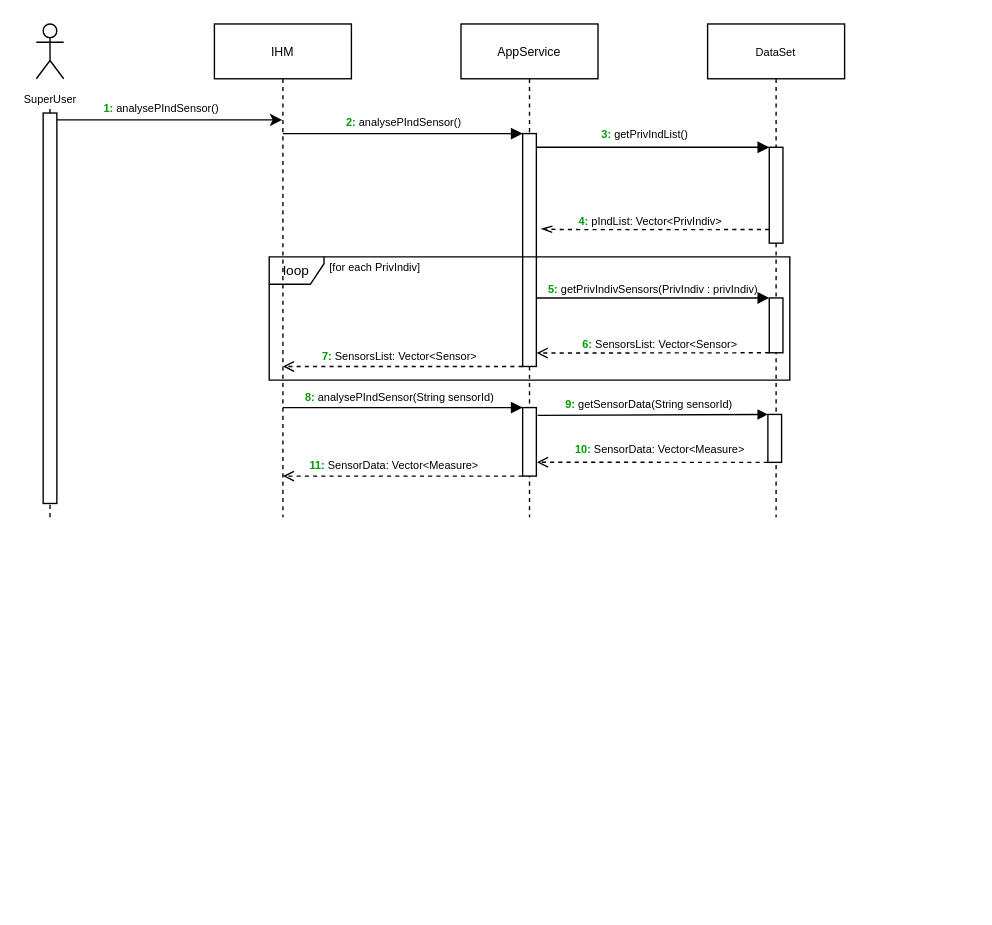
Earlier version of the draw.io diagram UML stuff/seqDiagSetReliable.drawio (NourJadiri/AirWatcher). Source tidied: cells renumbered, new cells numbered last; positions are measured from the earlier drawing's top-left corner, leaving out a move shared by most shapes. Both pictures are drawn from the tidied source at 137%, with x=0, y=0 at pixel (36, 23).
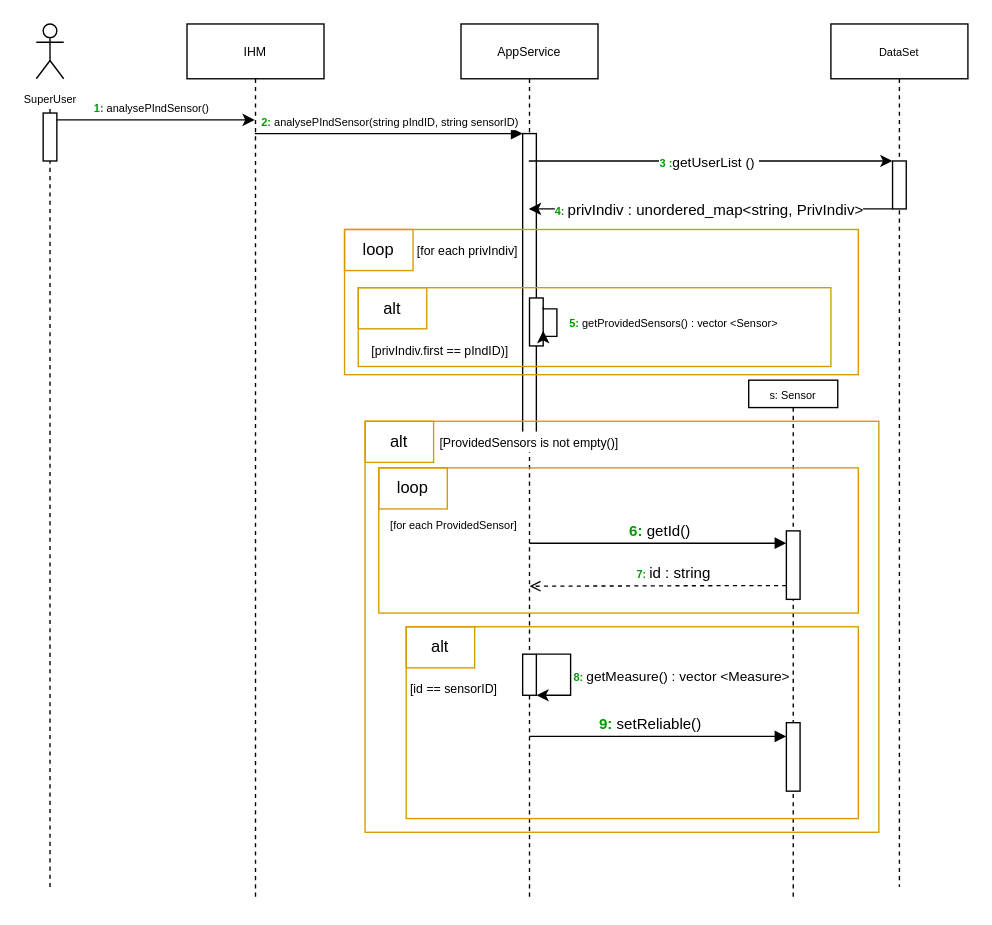
The same page after the edit.

Commit message:
Mettre à jour seqDiagSetReliable.drawio

The edit, as a diff of the source:
```diff
@@
     <mxCell id="2" value="&lt;font style=&quot;font-size: 9px;&quot;&gt;AppService&lt;/font&gt;" style="shape=umlLifeline;perimeter=lifelinePerimeter;whiteSpace=wrap;html=1;outlineConnect=0;portConstraint=eastwest;newEdgeStyle={&quot;edgeStyle&quot;:&quot;elbowEdgeStyle&quot;,&quot;elbow&quot;:&quot;vertical&quot;,&quot;curved&quot;:0,&quot;rounded&quot;:0};" parent="1" vertex="1">
-      <mxGeometry x="310" width="100" height="360" as="geometry" />
+      <mxGeometry x="310" width="100" height="640" as="geometry" />
     </mxCell>
-    <mxCell id="3" value="&lt;font style=&quot;font-size: 8px;&quot;&gt;&lt;b&gt;&lt;font color=&quot;#009900&quot;&gt;2:&lt;/font&gt; &lt;/b&gt;analysePIndSensor()&lt;/font&gt;" style="html=1;verticalAlign=bottom;endArrow=block;edgeStyle=elbowEdgeStyle;elbow=vertical;curved=0;rounded=0;" parent="1" edge="1">
+    <mxCell id="3" value="&lt;font style=&quot;font-size: 8px;&quot;&gt;&lt;b&gt;&lt;font color=&quot;#009900&quot;&gt;2:&lt;/font&gt; &lt;/b&gt;analysePIndSensor(string pIndID, string sensorID)&lt;/font&gt;" style="html=1;verticalAlign=bottom;endArrow=block;edgeStyle=elbowEdgeStyle;elbow=vertical;curved=0;rounded=0;" parent="1" edge="1" source="32">
       <mxGeometry relative="1" as="geometry">
-        <mxPoint x="180" y="80" as="sourcePoint" />
         <mxPoint x="355" y="80" as="targetPoint" />
         <Array as="points">
           <mxPoint x="270" y="80" />
         </Array>
       </mxGeometry>
     </mxCell>
     <mxCell id="4" value="&lt;font style=&quot;font-size: 8px;&quot;&gt;DataSet&lt;br&gt;&lt;/font&gt;" style="shape=umlLifeline;perimeter=lifelinePerimeter;whiteSpace=wrap;html=1;newEdgeStyle={&quot;edgeStyle&quot;:&quot;elbowEdgeStyle&quot;,&quot;elbow&quot;:&quot;vertical&quot;,&quot;curved&quot;:0,&quot;rounded&quot;:0};" parent="1" vertex="1">
-      <mxGeometry x="490" width="100" height="360" as="geometry" />
+      <mxGeometry x="580" width="100" height="630" as="geometry" />
     </mxCell>
-    <mxCell id="5" style="html=1;points=[];perimeter=orthogonalPerimeter;outlineConnect=0;targetShapes=umlLifeline;portConstraint=eastwest;newEdgeStyle={&quot;edgeStyle&quot;:&quot;elbowEdgeStyle&quot;,&quot;elbow&quot;:&quot;vertical&quot;,&quot;curved&quot;:0,&quot;rounded&quot;:0};" parent="4" vertex="1">
-      <mxGeometry x="45" y="90" width="10" height="70" as="geometry" />
-    </mxCell>
-    <mxCell id="6" value="&lt;b style=&quot;border-color: var(--border-color); font-size: 8px;&quot;&gt;&lt;font style=&quot;border-color: var(--border-color);&quot; color=&quot;#009900&quot;&gt;3:&lt;/font&gt;&amp;nbsp;&lt;/b&gt;&lt;span style=&quot;font-size: 8px;&quot;&gt;getPrivIndList()&lt;/span&gt;" style="endArrow=block;html=1;rounded=0;endFill=1;" parent="1" edge="1" source="2" target="5">
-      <mxGeometry x="-0.04" y="10" relative="1" as="geometry">
-        <Array as="points">
-          <mxPoint x="500" y="90" />
-        </Array>
-      </mxGeometry>
-    </mxCell>
-    <mxCell id="7" style="endArrow=openThin;html=1;rounded=0;dashed=1;endFill=0;entryX=1.355;entryY=0.409;entryDx=0;entryDy=0;entryPerimeter=0;" parent="1" edge="1" source="5" target="23">
-      <mxGeometry relative="1" as="geometry">
-        <Array as="points">
-          <mxPoint x="380" y="150" />
-        </Array>
-      </mxGeometry>
-    </mxCell>
-    <mxCell id="8" value="&lt;b style=&quot;border-color: var(--border-color); font-size: 8px;&quot;&gt;&lt;font style=&quot;border-color: var(--border-color);&quot; color=&quot;#009900&quot;&gt;4:&lt;/font&gt;&amp;nbsp;&lt;/b&gt;&lt;span style=&quot;font-size: 8px;&quot;&gt;pIndList: Vector&amp;lt;PrivIndiv&amp;gt;&lt;/span&gt;" style="edgeLabel;html=1;align=center;verticalAlign=middle;" parent="7" vertex="1">
-      <mxGeometry y="1" relative="1" as="geometry">
-        <mxPoint x="-5" y="-9" as="offset" />
-      </mxGeometry>
-    </mxCell>
-    <mxCell id="9" style="rounded=0;whiteSpace=wrap;html=1;" parent="1" vertex="1">
-      <mxGeometry x="535" y="200" width="10" height="40" as="geometry" />
-    </mxCell>
-    <mxCell id="10" style="endArrow=block;html=1;rounded=0;entryX=0;entryY=0;entryDx=0;entryDy=0;endFill=1;" parent="1" edge="1" source="2" target="9">
-      <mxGeometry relative="1" as="geometry" />
-    </mxCell>
-    <mxCell id="11" style="endArrow=open;html=1;rounded=0;exitX=0;exitY=1;exitDx=0;exitDy=0;dashed=1;endFill=0;entryX=1.019;entryY=0.896;entryDx=0;entryDy=0;entryPerimeter=0;" parent="1" edge="1" source="9">
-      <mxGeometry relative="1" as="geometry">
-        <mxPoint x="365.2" y="240.2" as="targetPoint" />
-      </mxGeometry>
-    </mxCell>
-    <mxCell id="12" value="&lt;font style=&quot;font-size: 8px;&quot;&gt;&lt;b style=&quot;border-color: var(--border-color);&quot;&gt;&lt;font style=&quot;border-color: var(--border-color);&quot; color=&quot;#009900&quot;&gt;6:&lt;/font&gt;&amp;nbsp;&lt;/b&gt;SensorsList: Vector&amp;lt;Sensor&amp;gt;&lt;/font&gt;" style="text;html=1;align=center;verticalAlign=middle;strokeColor=none;fillColor=none;strokeWidth=0;" parent="1" vertex="1">
-      <mxGeometry x="385" y="218" width="140" height="30" as="geometry" />
-    </mxCell>
-    <mxCell id="13" style="endArrow=open;html=1;rounded=0;endFill=0;dashed=1;exitX=0;exitY=1;exitDx=0;exitDy=0;" parent="1" edge="1">
-      <mxGeometry relative="1" as="geometry">
-        <mxPoint x="355" y="250" as="sourcePoint" />
-        <mxPoint x="180" y="250" as="targetPoint" />
-        <Array as="points">
-          <mxPoint x="350" y="250" />
-        </Array>
-      </mxGeometry>
-    </mxCell>
-    <mxCell id="14" value="&lt;font style=&quot;font-size: 8px;&quot;&gt;&lt;b style=&quot;border-color: var(--border-color);&quot;&gt;&lt;font style=&quot;border-color: var(--border-color);&quot; color=&quot;#009900&quot;&gt;7:&lt;/font&gt;&amp;nbsp;&lt;/b&gt;SensorsList: Vector&amp;lt;Sensor&amp;gt;&lt;/font&gt;" style="text;html=1;align=center;verticalAlign=middle;strokeColor=none;fillColor=none;" parent="1" vertex="1">
-      <mxGeometry x="195" y="227" width="140" height="30" as="geometry" />
-    </mxCell>
-    <mxCell id="15" style="endArrow=block;html=1;rounded=0;entryX=0;entryY=0;entryDx=0;entryDy=0;endFill=1;" parent="1" edge="1" target="24">
-      <mxGeometry relative="1" as="geometry">
-        <mxPoint x="180" y="280" as="sourcePoint" />
-        <Array as="points">
-          <mxPoint x="200" y="280" />
-        </Array>
-      </mxGeometry>
-    </mxCell>
-    <mxCell id="16" value="&lt;font style=&quot;font-size: 8px;&quot;&gt;&lt;b style=&quot;border-color: var(--border-color);&quot;&gt;&lt;font style=&quot;border-color: var(--border-color);&quot; color=&quot;#009900&quot;&gt;8:&lt;/font&gt;&amp;nbsp;&lt;/b&gt;analysePIndSensor(String sensorId)&lt;/font&gt;" style="text;html=1;align=center;verticalAlign=middle;strokeColor=none;fillColor=none;" parent="1" vertex="1">
-      <mxGeometry x="185" y="257" width="160" height="30" as="geometry" />
-    </mxCell>
-    <mxCell id="17" value="&lt;font style=&quot;font-size: 8px;&quot;&gt;&lt;b style=&quot;border-color: var(--border-color);&quot;&gt;&lt;font style=&quot;border-color: var(--border-color);&quot; color=&quot;#009900&quot;&gt;9:&lt;/font&gt;&amp;nbsp;&lt;/b&gt;getSensorData(String sensorId)&lt;/font&gt;" style="edgeStyle=none;jettySize=auto;html=1;rounded=0;endSize=5;entryX=0;entryY=0;entryDx=0;entryDy=0;exitX=1.099;exitY=0.113;exitDx=0;exitDy=0;exitPerimeter=0;endArrow=block;endFill=1;" parent="1" edge="1" source="24" target="18">
-      <mxGeometry x="-0.03" y="8" relative="1" as="geometry" />
-    </mxCell>
-    <mxCell id="18" style="whiteSpace=wrap;html=1;" parent="1" vertex="1">
-      <mxGeometry x="534" y="285" width="10" height="35" as="geometry" />
-    </mxCell>
-    <mxCell id="19" style="edgeStyle=none;jettySize=auto;html=1;rounded=0;exitX=0;exitY=1;exitDx=0;exitDy=0;dashed=1;endArrow=open;endFill=0;entryX=1.045;entryY=0.798;entryDx=0;entryDy=0;entryPerimeter=0;" parent="1" edge="1" source="18" target="24">
-      <mxGeometry relative="1" as="geometry" />
-    </mxCell>
-    <mxCell id="20" value="&lt;font style=&quot;font-size: 8px;&quot;&gt;&lt;b style=&quot;border-color: var(--border-color);&quot;&gt;&lt;font style=&quot;border-color: var(--border-color);&quot; color=&quot;#009900&quot;&gt;10:&lt;/font&gt;&amp;nbsp;&lt;/b&gt;SensorData: Vector&amp;lt;Measure&amp;gt;&lt;/font&gt;" style="edgeLabel;html=1;align=center;verticalAlign=middle;" parent="19" vertex="1">
-      <mxGeometry x="0.08" y="-2" relative="1" as="geometry">
-        <mxPoint x="11" y="-8" as="offset" />
-      </mxGeometry>
-    </mxCell>
-    <mxCell id="21" style="edgeStyle=none;jettySize=auto;html=1;rounded=0;dashed=1;endArrow=open;endFill=0;exitX=0;exitY=1;exitDx=0;exitDy=0;" parent="1" edge="1" source="24">
-      <mxGeometry relative="1" as="geometry">
-        <mxPoint x="180" y="330" as="targetPoint" />
-      </mxGeometry>
-    </mxCell>
-    <mxCell id="22" value="&lt;font style=&quot;font-size: 8px;&quot;&gt;&lt;b style=&quot;border-color: var(--border-color);&quot;&gt;&lt;font style=&quot;border-color: var(--border-color);&quot; color=&quot;#009900&quot;&gt;11:&lt;/font&gt;&amp;nbsp;&lt;/b&gt;SensorData: Vector&amp;lt;Measure&amp;gt;&lt;/font&gt;" style="edgeLabel;html=1;align=center;verticalAlign=middle;" parent="21" vertex="1">
-      <mxGeometry x="0.07" y="1" relative="1" as="geometry">
-        <mxPoint x="-1" y="-11" as="offset" />
-      </mxGeometry>
-    </mxCell>
     <mxCell id="23" style="rounded=0;whiteSpace=wrap;html=1;" parent="1" vertex="1">
-      <mxGeometry x="355" y="80" width="10" height="170" as="geometry" />
+      <mxGeometry x="355" y="80" width="10" height="230" as="geometry" />
     </mxCell>
-    <mxCell id="24" style="rounded=0;whiteSpace=wrap;html=1;" parent="1" vertex="1">
-      <mxGeometry x="355" y="280" width="10" height="50" as="geometry" />
-    </mxCell>
-    <mxCell id="25" value="&lt;font style=&quot;font-size: 10px;&quot;&gt;loop&lt;/font&gt;" style="shape=umlFrame;whiteSpace=wrap;html=1;width=40;height=20;" parent="1" vertex="1">
-      <mxGeometry x="170" y="170" width="380" height="90" as="geometry" />
-    </mxCell>
-    <mxCell id="26" value="&lt;font style=&quot;font-size: 8px;&quot;&gt;[for each PrivIndiv]&lt;/font&gt;" style="text;html=1;align=center;verticalAlign=middle;strokeColor=none;fillColor=none;" parent="25" vertex="1">
-      <mxGeometry x="32" y="-8" width="90" height="30" as="geometry" />
-    </mxCell>
-    <mxCell id="27" value="&lt;font style=&quot;font-size: 8px;&quot;&gt;&lt;b style=&quot;border-color: var(--border-color);&quot;&gt;&lt;font style=&quot;border-color: var(--border-color);&quot; color=&quot;#009900&quot;&gt;5:&lt;/font&gt;&amp;nbsp;&lt;/b&gt;getPrivIndivSensors(PrivIndiv : privIndiv)&lt;/font&gt;" style="text;html=1;align=center;verticalAlign=middle;strokeColor=none;fillColor=none;" parent="25" vertex="1">
-      <mxGeometry x="190" y="8" width="180" height="30" as="geometry" />
-    </mxCell>
@@
     <mxCell id="30" style="endArrow=none;dashed=1;html=1;rounded=0;" parent="1" edge="1" target="31">
       <mxGeometry relative="1" as="geometry">
-        <mxPoint x="10" y="360" as="sourcePoint" />
+        <mxPoint x="10" y="630" as="sourcePoint" />
       </mxGeometry>
     </mxCell>
     <mxCell id="31" style="rounded=0;whiteSpace=wrap;html=1;" parent="1" vertex="1">
-      <mxGeometry x="5" y="65" width="10" height="285" as="geometry" />
+      <mxGeometry x="5" y="65" width="10" height="35" as="geometry" />
     </mxCell>
     <mxCell id="32" value="&lt;font style=&quot;font-size: 9px;&quot;&gt;IHM&lt;/font&gt;" style="shape=umlLifeline;perimeter=lifelinePerimeter;whiteSpace=wrap;html=1;outlineConnect=0;portConstraint=eastwest;newEdgeStyle={&quot;edgeStyle&quot;:&quot;elbowEdgeStyle&quot;,&quot;elbow&quot;:&quot;vertical&quot;,&quot;curved&quot;:0,&quot;rounded&quot;:0};" parent="1" vertex="1">
-      <mxGeometry x="130" width="100" height="360" as="geometry" />
+      <mxGeometry x="110" width="100" height="640" as="geometry" />
     </mxCell>
@@
+    <mxCell id="35" style="whiteSpace=wrap;html=1;" parent="1" vertex="1">
+      <mxGeometry x="360" y="200" width="10" height="35" as="geometry" />
+    </mxCell>
+    <mxCell id="36" value="&lt;font style=&quot;font-size: 8px;&quot;&gt;&lt;b style=&quot;border-color: var(--border-color);&quot;&gt;&lt;font style=&quot;border-color: var(--border-color);&quot; color=&quot;#009900&quot;&gt;5:&lt;/font&gt;&amp;nbsp;&lt;/b&gt;getProvidedSensors() : vector &amp;lt;Sensor&amp;gt;&lt;/font&gt;" style="text;html=1;align=center;verticalAlign=middle;strokeColor=none;fillColor=none;" parent="1" vertex="1">
+      <mxGeometry x="375" y="202.5" width="180" height="30" as="geometry" />
+    </mxCell>
+    <mxCell id="37" style="edgeStyle=orthogonalEdgeStyle;rounded=0;orthogonalLoop=1;jettySize=auto;html=1;exitX=1;exitY=0.25;exitDx=0;exitDy=0;" parent="1" edge="1">
+      <mxGeometry relative="1" as="geometry">
+        <mxPoint x="370" y="207" as="sourcePoint" />
+        <mxPoint x="370" y="224" as="targetPoint" />
+        <Array as="points">
+          <mxPoint x="370" y="208" />
+          <mxPoint x="380" y="208" />
+          <mxPoint x="380" y="228" />
+          <mxPoint x="370" y="228" />
+        </Array>
+      </mxGeometry>
+    </mxCell>
+    <mxCell id="38" style="endArrow=block;html=1;rounded=0;endFill=1;" parent="1" edge="1" target="66">
+      <mxGeometry relative="1" as="geometry">
+        <mxPoint x="360" y="379" as="sourcePoint" />
+        <Array as="points">
+          <mxPoint x="400" y="379" />
+        </Array>
+      </mxGeometry>
+    </mxCell>
+    <mxCell id="39" value="&lt;b style=&quot;border-color: var(--border-color); caret-color: rgb(0, 153, 0); color: rgb(0, 153, 0);&quot;&gt;6:&amp;nbsp;&lt;/b&gt;getId()" style="edgeLabel;html=1;align=center;verticalAlign=middle;" parent="38" vertex="1">
+      <mxGeometry x="-0.41" y="2" relative="1" as="geometry">
+        <mxPoint x="39" y="-8" as="offset" />
+      </mxGeometry>
+    </mxCell>
+    <mxCell id="40" style="endArrow=open;html=1;rounded=0;endFill=0;dashed=1;entryX=1.055;entryY=0.269;entryDx=0;entryDy=0;entryPerimeter=0;" parent="1" edge="1" source="66">
+      <mxGeometry relative="1" as="geometry">
+        <mxPoint x="360" y="410.4" as="targetPoint" />
+        <Array as="points">
+          <mxPoint x="500" y="410" />
+        </Array>
+      </mxGeometry>
+    </mxCell>
+    <mxCell id="41" value="&lt;b style=&quot;font-size: 8px;&quot;&gt;&lt;font color=&quot;#009900&quot;&gt;7:&amp;nbsp;&lt;/font&gt;&lt;/b&gt;id : string" style="edgeLabel;html=1;align=center;verticalAlign=middle;" parent="40" vertex="1">
+      <mxGeometry x="0.28" y="1" relative="1" as="geometry">
+        <mxPoint x="37" y="-11" as="offset" />
+      </mxGeometry>
+    </mxCell>
+    <mxCell id="42" style="endArrow=classic;html=1;rounded=0;entryX=0;entryY=0;entryDx=0;entryDy=0;" parent="1" edge="1" source="2" target="44">
+      <mxGeometry relative="1" as="geometry">
+        <Array as="points">
+          <mxPoint x="420" y="100" />
+        </Array>
+      </mxGeometry>
+    </mxCell>
+    <mxCell id="43" value="&lt;font style=&quot;font-size: 10px;&quot;&gt;&lt;b style=&quot;font-size: 8px;&quot;&gt;&lt;font color=&quot;#009900&quot;&gt;3 :&lt;/font&gt;&lt;/b&gt;getUserList ()&amp;nbsp;&lt;/font&gt;" style="edgeLabel;html=1;align=center;verticalAlign=middle;" parent="42" vertex="1">
+      <mxGeometry x="-0.17" y="-1" relative="1" as="geometry">
+        <mxPoint x="21" y="-1" as="offset" />
+      </mxGeometry>
+    </mxCell>
+    <mxCell id="44" style="whiteSpace=wrap;html=1;" parent="1" vertex="1">
+      <mxGeometry x="625" y="100" width="10" height="35" as="geometry" />
+    </mxCell>
+    <mxCell id="45" style="endArrow=classic;html=1;rounded=0;exitX=0;exitY=1;exitDx=0;exitDy=0;" parent="1" edge="1" source="44" target="2">
+      <mxGeometry relative="1" as="geometry" />
+    </mxCell>
+    <mxCell id="46" value="&lt;b style=&quot;font-size: 8px;&quot;&gt;&lt;font color=&quot;#009900&quot;&gt;4:&amp;nbsp;&lt;/font&gt;&lt;/b&gt;privIndiv : unordered_map&amp;lt;string, PrivIndiv&amp;gt;" style="edgeLabel;html=1;align=center;verticalAlign=middle;" parent="45" vertex="1">
+      <mxGeometry x="0.11" y="1" relative="1" as="geometry">
+        <mxPoint x="12" y="-1" as="offset" />
+      </mxGeometry>
+    </mxCell>
+    <mxCell id="47" value="loop" style="rounded=0;whiteSpace=wrap;html=1;fillColor=none;strokeColor=#d79b00;" parent="1" vertex="1">
+      <mxGeometry x="225" y="150" width="50" height="30" as="geometry" />
+    </mxCell>
+    <mxCell id="48" value="alt" style="rounded=0;whiteSpace=wrap;html=1;fillColor=none;strokeColor=#d79b00;" parent="1" vertex="1">
+      <mxGeometry x="235" y="192.5" width="50" height="30" as="geometry" />
+    </mxCell>
+    <mxCell id="49" value="&lt;font style=&quot;font-size: 9px;&quot;&gt;[privIndiv.first == pIndID)]&lt;/font&gt;" style="text;html=1;strokeColor=none;fillColor=none;align=center;verticalAlign=middle;whiteSpace=wrap;rounded=0;labelBackgroundColor=default;" parent="1" vertex="1">
+      <mxGeometry x="220" y="222.5" width="150" height="30" as="geometry" />
+    </mxCell>
+    <mxCell id="50" value="&lt;font style=&quot;font-size: 9px;&quot;&gt;[for each privIndiv]&lt;/font&gt;" style="text;html=1;strokeColor=none;fillColor=none;align=center;verticalAlign=middle;whiteSpace=wrap;rounded=0;labelBackgroundColor=default;" parent="1" vertex="1">
+      <mxGeometry x="240" y="150" width="150" height="30" as="geometry" />
+    </mxCell>
+    <mxCell id="51" style="rounded=0;whiteSpace=wrap;html=1;fillColor=none;strokeColor=#d79b00;" parent="1" vertex="1">
+      <mxGeometry x="235" y="192.5" width="345" height="57.5" as="geometry" />
+    </mxCell>
+    <mxCell id="52" value="alt" style="rounded=0;whiteSpace=wrap;html=1;fillColor=none;strokeColor=#d79b00;" parent="1" vertex="1">
+      <mxGeometry x="240" y="290" width="50" height="30" as="geometry" />
+    </mxCell>
+    <mxCell id="53" style="rounded=0;whiteSpace=wrap;html=1;fillColor=none;strokeColor=#d79b00;" parent="1" vertex="1">
+      <mxGeometry x="225" y="150" width="375" height="106" as="geometry" />
+    </mxCell>
+    <mxCell id="54" value="loop" style="rounded=0;whiteSpace=wrap;html=1;fillColor=none;strokeColor=#d79b00;" parent="1" vertex="1">
+      <mxGeometry x="250" y="324" width="50" height="30" as="geometry" />
+    </mxCell>
+    <mxCell id="55" value="&lt;font style=&quot;font-size: 9px;&quot;&gt;[ProvidedSensors is not empty()]&lt;/font&gt;" style="text;html=1;strokeColor=none;fillColor=none;align=center;verticalAlign=middle;whiteSpace=wrap;rounded=0;labelBackgroundColor=default;" parent="1" vertex="1">
+      <mxGeometry x="285" y="290" width="150" height="30" as="geometry" />
+    </mxCell>
+    <mxCell id="56" value="alt" style="rounded=0;whiteSpace=wrap;html=1;fillColor=none;strokeColor=#d79b00;" parent="1" vertex="1">
+      <mxGeometry x="270" y="440" width="50" height="30" as="geometry" />
+    </mxCell>
+    <mxCell id="57" value="&lt;font style=&quot;font-size: 9px;&quot;&gt;[id == sensorID]&lt;/font&gt;" style="text;html=1;strokeColor=none;fillColor=none;align=center;verticalAlign=middle;whiteSpace=wrap;rounded=0;labelBackgroundColor=default;" parent="1" vertex="1">
+      <mxGeometry x="230" y="470" width="150" height="30" as="geometry" />
+    </mxCell>
+    <mxCell id="58" style="endArrow=block;html=1;rounded=0;endFill=1;" parent="1" edge="1" target="65">
+      <mxGeometry relative="1" as="geometry">
+        <mxPoint x="360" y="520" as="sourcePoint" />
+        <Array as="points">
+          <mxPoint x="400" y="520" />
+        </Array>
+      </mxGeometry>
+    </mxCell>
+    <mxCell id="59" value="&lt;b style=&quot;border-color: var(--border-color); caret-color: rgb(0, 153, 0); color: rgb(0, 153, 0);&quot;&gt;9:&amp;nbsp;&lt;/b&gt;setReliable()" style="edgeLabel;html=1;align=center;verticalAlign=middle;" parent="58" vertex="1">
+      <mxGeometry x="-0.41" y="2" relative="1" as="geometry">
+        <mxPoint x="32" y="-8" as="offset" />
+      </mxGeometry>
+    </mxCell>
+    <mxCell id="60" style="html=1;points=[];perimeter=orthogonalPerimeter;outlineConnect=0;targetShapes=umlLifeline;portConstraint=eastwest;newEdgeStyle={&quot;edgeStyle&quot;:&quot;elbowEdgeStyle&quot;,&quot;elbow&quot;:&quot;vertical&quot;,&quot;curved&quot;:0,&quot;rounded&quot;:0};" parent="1" vertex="1">
+      <mxGeometry x="355" y="460" width="10" height="30" as="geometry" />
+    </mxCell>
+    <mxCell id="61" style="endArrow=classic;html=1;rounded=0;" parent="1" edge="1" source="60" target="60">
+      <mxGeometry relative="1" as="geometry">
+        <Array as="points">
+          <mxPoint x="390" y="460" />
+        </Array>
+      </mxGeometry>
+    </mxCell>
+    <mxCell id="62" value="&lt;font style=&quot;font-size: 10px;&quot;&gt;&lt;b style=&quot;font-size: 8px;&quot;&gt;&lt;font color=&quot;#009900&quot;&gt;8:&amp;nbsp;&lt;/font&gt;&lt;/b&gt;getMeasure() : vector &amp;lt;Measure&amp;gt;&lt;/font&gt;" style="edgeLabel;html=1;align=center;verticalAlign=middle;" parent="61" vertex="1">
+      <mxGeometry x="0.01" relative="1" as="geometry">
+        <mxPoint x="80" as="offset" />
+      </mxGeometry>
+    </mxCell>
+    <mxCell id="63" value="&lt;font style=&quot;font-size: 8px;&quot;&gt;[for each ProvidedSensor]&lt;/font&gt;" style="text;html=1;strokeColor=none;fillColor=none;align=center;verticalAlign=middle;whiteSpace=wrap;rounded=0;labelBackgroundColor=default;" parent="1" vertex="1">
+      <mxGeometry x="230" y="350" width="150" height="30" as="geometry" />
+    </mxCell>
+    <mxCell id="64" value="&lt;font style=&quot;font-size: 8px;&quot;&gt;s: Sensor&lt;br&gt;&lt;/font&gt;" style="shape=umlLifeline;perimeter=lifelinePerimeter;whiteSpace=wrap;html=1;newEdgeStyle={&quot;edgeStyle&quot;:&quot;elbowEdgeStyle&quot;,&quot;elbow&quot;:&quot;vertical&quot;,&quot;curved&quot;:0,&quot;rounded&quot;:0};size=20;" parent="1" vertex="1">
+      <mxGeometry x="520" y="260" width="65" height="380" as="geometry" />
+    </mxCell>
+    <mxCell id="65" style="html=1;points=[];perimeter=orthogonalPerimeter;outlineConnect=0;targetShapes=umlLifeline;portConstraint=eastwest;newEdgeStyle={&quot;edgeStyle&quot;:&quot;elbowEdgeStyle&quot;,&quot;elbow&quot;:&quot;vertical&quot;,&quot;curved&quot;:0,&quot;rounded&quot;:0};" parent="64" vertex="1">
+      <mxGeometry x="27.5" y="250" width="10" height="50" as="geometry" />
+    </mxCell>
+    <mxCell id="66" style="html=1;points=[];perimeter=orthogonalPerimeter;outlineConnect=0;targetShapes=umlLifeline;portConstraint=eastwest;newEdgeStyle={&quot;edgeStyle&quot;:&quot;elbowEdgeStyle&quot;,&quot;elbow&quot;:&quot;vertical&quot;,&quot;curved&quot;:0,&quot;rounded&quot;:0};" parent="64" vertex="1">
+      <mxGeometry x="27.5" y="110" width="10" height="50" as="geometry" />
+    </mxCell>
+    <mxCell id="67" style="rounded=0;whiteSpace=wrap;html=1;fillColor=none;strokeColor=#d79b00;" parent="1" vertex="1">
+      <mxGeometry x="240" y="290" width="375" height="300" as="geometry" />
+    </mxCell>
+    <mxCell id="68" style="rounded=0;whiteSpace=wrap;html=1;fillColor=none;strokeColor=#d79b00;" parent="1" vertex="1">
+      <mxGeometry x="250" y="324" width="350" height="106" as="geometry" />
+    </mxCell>
+    <mxCell id="69" style="rounded=0;whiteSpace=wrap;html=1;fillColor=none;strokeColor=#d79b00;" parent="1" vertex="1">
+      <mxGeometry x="270" y="440" width="330" height="140" as="geometry" />
+    </mxCell>
```
